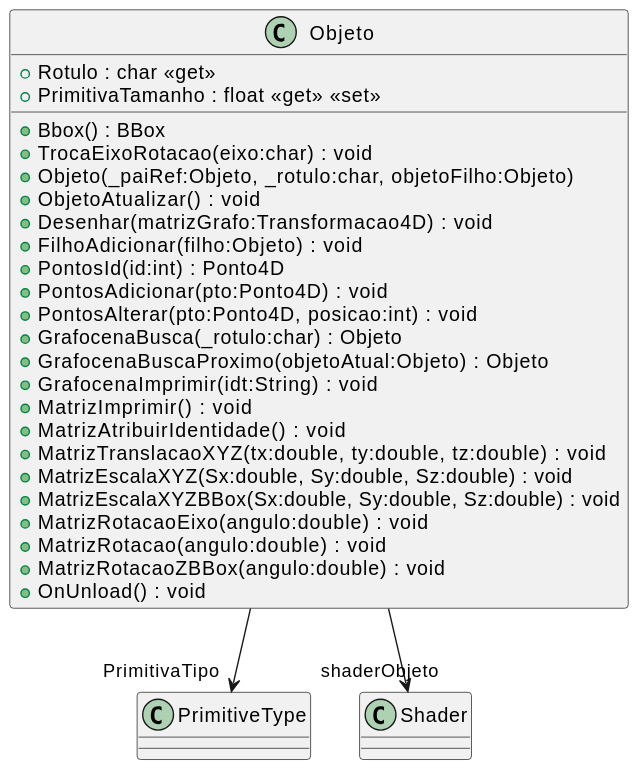
The PlantUML diagram Unidade3/CG_N3_Exemplo/svg/plantuml/Objeto.svg in dalton-reis/CG_2024_1, before a commit. Its diagram source:
```plantuml
@startuml
class Objeto {
    + Rotulo : char <<get>>
    + PrimitivaTamanho : float <<get>> <<set>>
    + Bbox() : BBox
    + TrocaEixoRotacao(eixo:char) : void
    + Objeto(_paiRef:Objeto, _rotulo:char, objetoFilho:Objeto)
    + ObjetoAtualizar() : void
    + Desenhar(matrizGrafo:Transformacao4D) : void
    + FilhoAdicionar(filho:Objeto) : void
    + PontosId(id:int) : Ponto4D
    + PontosAdicionar(pto:Ponto4D) : void
    + PontosAlterar(pto:Ponto4D, posicao:int) : void
    + GrafocenaBusca(_rotulo:char) : Objeto
    + GrafocenaBuscaProximo(objetoAtual:Objeto) : Objeto
    + GrafocenaImprimir(idt:String) : void
    + MatrizImprimir() : void
    + MatrizAtribuirIdentidade() : void
    + MatrizTranslacaoXYZ(tx:double, ty:double, tz:double) : void
    + MatrizEscalaXYZ(Sx:double, Sy:double, Sz:double) : void
    + MatrizEscalaXYZBBox(Sx:double, Sy:double, Sz:double) : void
    + MatrizRotacaoEixo(angulo:double) : void
    + MatrizRotacao(angulo:double) : void
    + MatrizRotacaoZBBox(angulo:double) : void
    + OnUnload() : void
}
Objeto --> "PrimitivaTipo" PrimitiveType
Objeto --> "shaderObjeto" Shader
@enduml
```
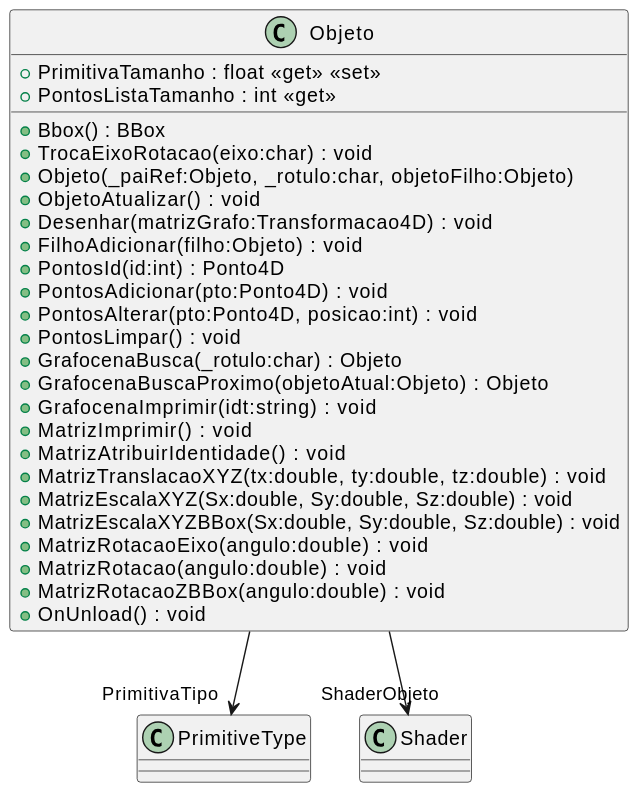
The same file after the commit.

What changed in the source:
```diff
@@ -1,7 +1,7 @@
 @startuml
 class Objeto {
-    + Rotulo : char <<get>>
     + PrimitivaTamanho : float <<get>> <<set>>
+    + PontosListaTamanho : int <<get>>
     + Bbox() : BBox
     + TrocaEixoRotacao(eixo:char) : void
     + Objeto(_paiRef:Objeto, _rotulo:char, objetoFilho:Objeto)
@@ -11,9 +11,10 @@
     + PontosId(id:int) : Ponto4D
     + PontosAdicionar(pto:Ponto4D) : void
     + PontosAlterar(pto:Ponto4D, posicao:int) : void
+    + PontosLimpar() : void
     + GrafocenaBusca(_rotulo:char) : Objeto
     + GrafocenaBuscaProximo(objetoAtual:Objeto) : Objeto
-    + GrafocenaImprimir(idt:String) : void
+    + GrafocenaImprimir(idt:string) : void
     + MatrizImprimir() : void
     + MatrizAtribuirIdentidade() : void
     + MatrizTranslacaoXYZ(tx:double, ty:double, tz:double) : void
@@ -25,5 +26,5 @@
     + OnUnload() : void
 }
 Objeto --> "PrimitivaTipo" PrimitiveType
-Objeto --> "shaderObjeto" Shader
+Objeto --> "ShaderObjeto" Shader
 @enduml
```
